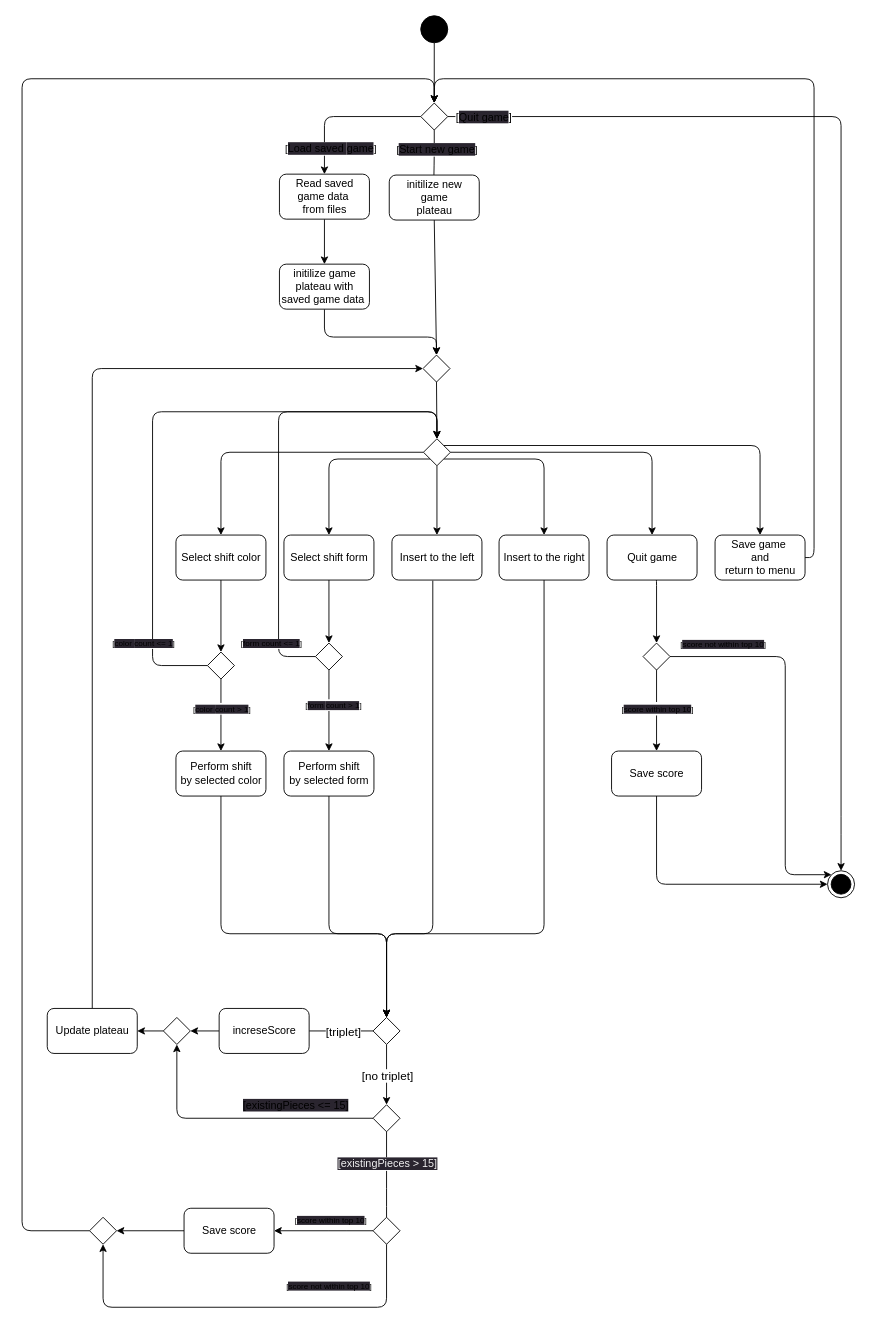
AbderrahimeEl/Tetris keeps this draw.io diagram as docs/diagrams/activityDiagram.drawio. Above is the earlier version. Source tidied: cells renumbered, new cells numbered last; positions are measured from the earlier drawing's top-left corner, leaving out a move shared by most shapes. Both pictures are drawn from the tidied source at 90%, with x=0, y=0 at pixel (22, 15).
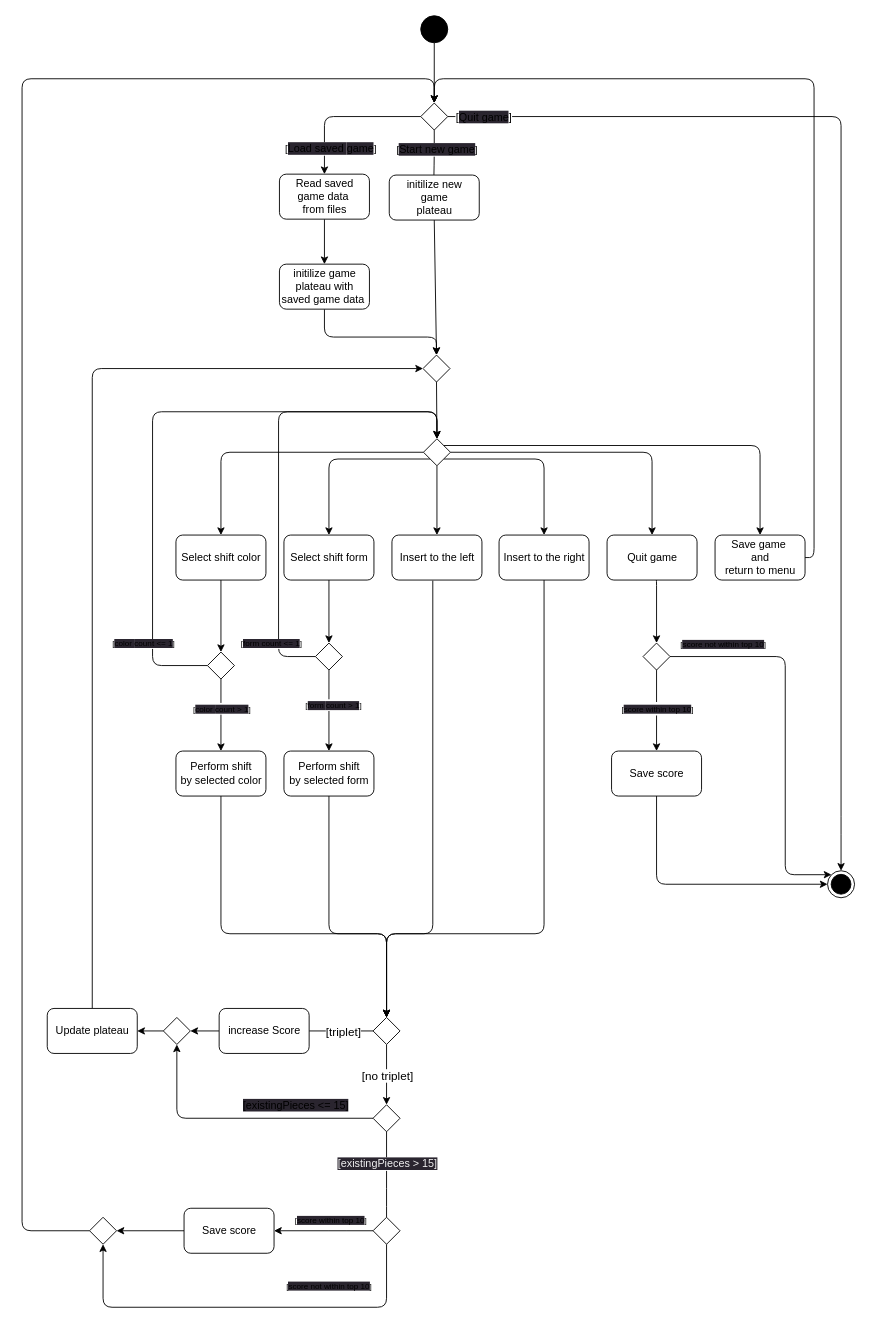
After the change.

Commit message (it also covers changes not shown here):
Add class plateau

The edit, as a diff of the source:
```diff
@@
-    <mxCell id="35" value="increseScore" style="html=1;dashed=0;whitespace=wrap;rounded=1;glass=0;shadow=0;" parent="1" vertex="1">
+    <mxCell id="35" value="increase Score" style="html=1;dashed=0;whitespace=wrap;rounded=1;glass=0;shadow=0;" parent="1" vertex="1">
       <mxGeometry x="219" y="1103" width="100" height="50" as="geometry" />
     </mxCell>
```
